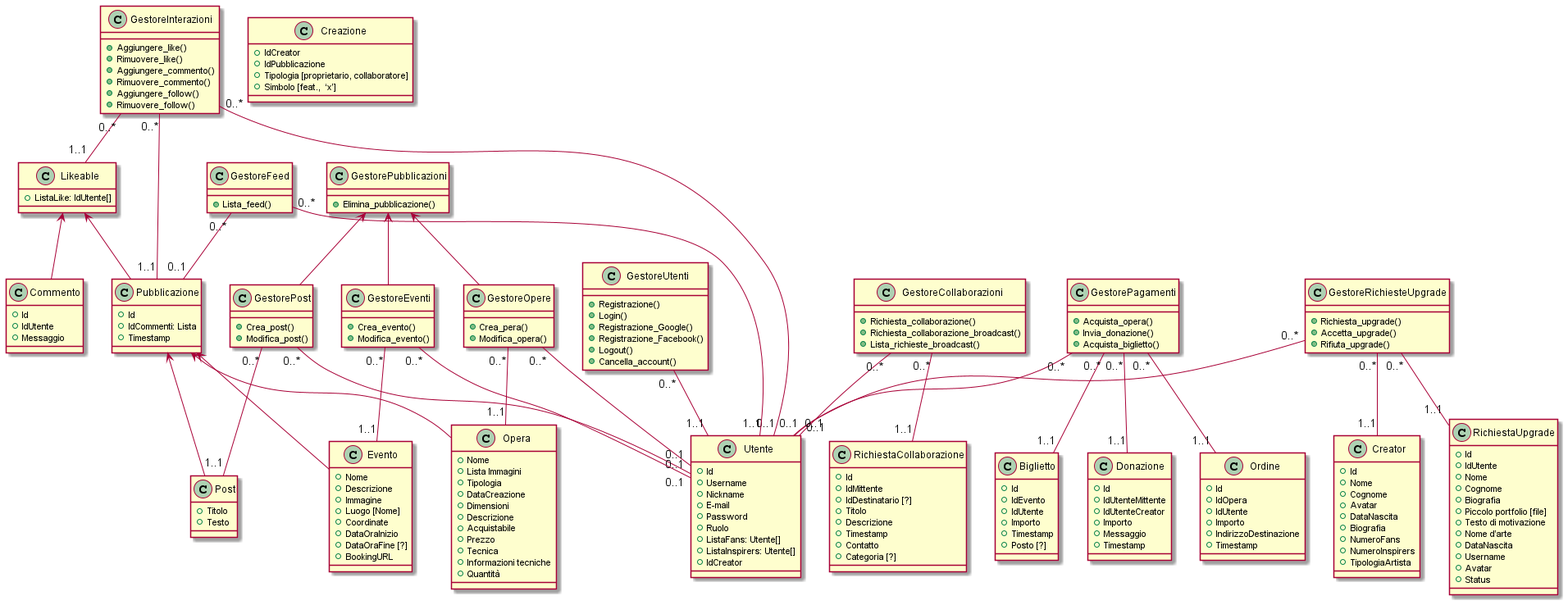
creative-hub-taass/analisi keeps this PlantUML diagram as class-diagram/class-diagram.png. Above is the earlier version.
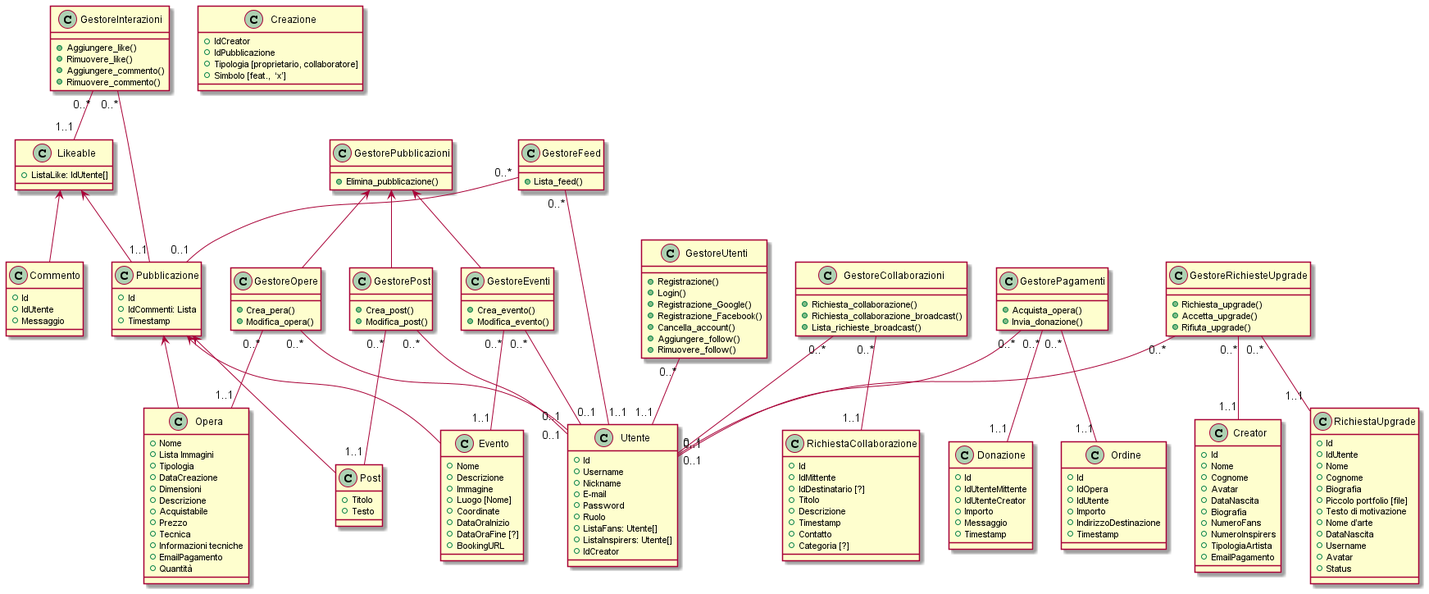
After the change.

Diff of the diagram source:
```diff
@@ -22,6 +22,7 @@
 + NumeroFans
 + NumeroInspirers
 + TipologiaArtista
++ EmailPagamento
 }
 
 class Creazione {
@@ -42,6 +43,7 @@
 + Prezzo
 + Tecnica
 + Informazioni tecniche
++ EmailPagamento
 + Quantità
 }
 
@@ -82,8 +84,6 @@
 + Rimuovere_like()
 + Aggiungere_commento()
 + Rimuovere_commento()
-+ Aggiungere_follow()
-+ Rimuovere_follow()
 }
 
 class RichiestaCollaborazione {
@@ -122,15 +122,6 @@
 + Modifica_evento()
 }
 
-class Biglietto {
-+ Id
-+ IdEvento
-+ IdUtente
-+ Importo
-+ Timestamp
-+ Posto [?]
-}
-
 class Donazione {
 + Id
 + IdUtenteMittente
@@ -152,7 +143,6 @@
 class GestorePagamenti {
 + Acquista_opera()
 + Invia_donazione()
-+ Acquista_biglietto()
 }
 
 class GestoreFeed {
@@ -185,8 +175,9 @@
 + Login()
 + Registrazione_Google()
 + Registrazione_Facebook()
-+ Logout()
 + Cancella_account()
++ Aggiungere_follow()
++ Rimuovere_follow()
 }
 
 Opera -up-> Pubblicazione
@@ -200,7 +191,6 @@
 
 GestoreInterazioni "0..*" -- "1..1" Pubblicazione
 GestoreInterazioni "0..*" -- "1..1" Likeable
-GestoreInterazioni "0..*" -- "0..1" Utente
 GestorePost "0..*" -- "0..1" Utente
 GestorePost "0..*" -- "1..1" Post
 GestoreOpere "0..*" -- "0..1" Utente
@@ -210,7 +200,6 @@
 GestorePagamenti "0..*" -- "0..1" Utente
 GestorePagamenti "0..*" -- "1..1" Donazione
 GestorePagamenti "0..*" -- "1..1" Ordine
-GestorePagamenti "0..*" -- "1..1" Biglietto
 GestoreFeed "0..*" -- "1..1" Utente
 GestoreFeed "0..*" -- "0..1" Pubblicazione
 GestoreRichiesteUpgrade "0..*" -- "0..1" Utente
```
